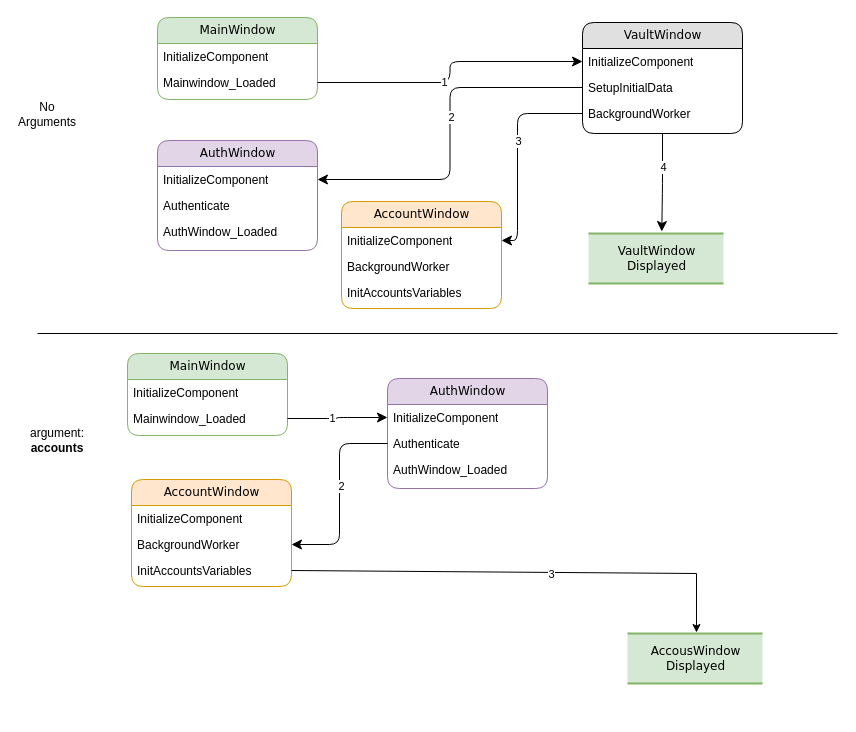
Above: Vault.drawio in naz-hage/repo1 (draw.io), before the change. Source tidied: cells renumbered, new cells numbered last; positions are measured from the earlier drawing's top-left corner, leaving out a move shared by most shapes. Both pictures are drawn from the tidied source at 100%, with x=0, y=0 at pixel (17, 17).
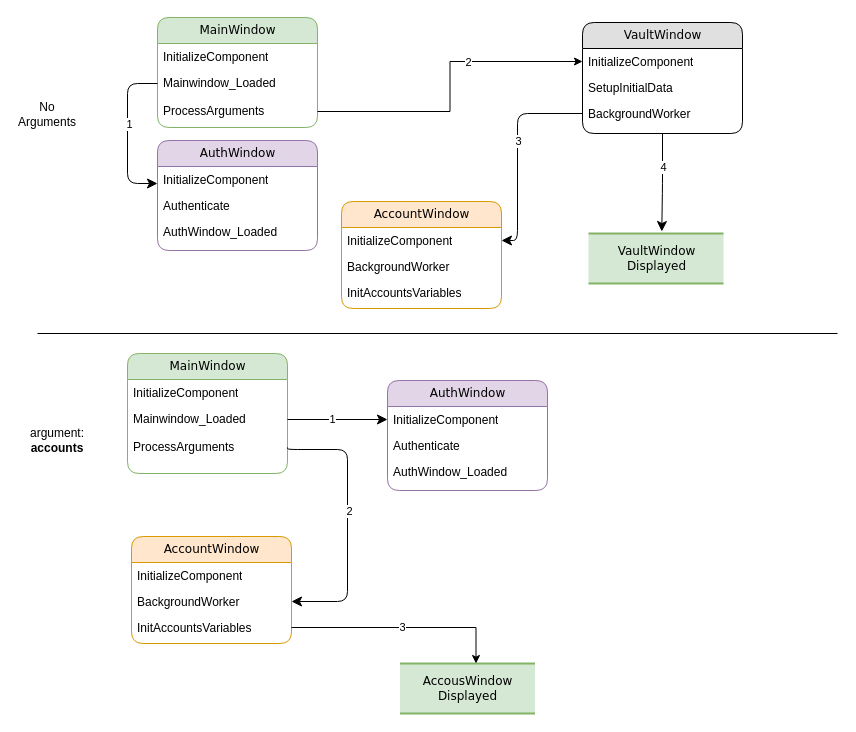
The same diagram, later.

The change refers to these unchanged cells:
```xml
<mxCell id="6" value="InitializeComponent" style="text;html=1;strokeColor=none;fillColor=none;spacingLeft=4;spacingRight=4;whiteSpace=wrap;overflow=hidden;points=[[0,0.5],[1,0.5]];portConstraint=eastwest;" parent="5" vertex="1">
  <mxGeometry y="26" width="160" height="26" as="geometry" />
</mxCell>
<mxCell id="7" value="SetupInitialData" style="text;html=1;strokeColor=none;fillColor=none;spacingLeft=4;spacingRight=4;whiteSpace=wrap;overflow=hidden;points=[[0,0.5],[1,0.5]];portConstraint=eastwest;" parent="5" vertex="1">
  <mxGeometry y="52" width="160" height="26" as="geometry" />
</mxCell>
<mxCell id="10" value="InitializeComponent" style="text;html=1;strokeColor=none;fillColor=none;spacingLeft=4;spacingRight=4;whiteSpace=wrap;overflow=hidden;points=[[0,0.5],[1,0.5]];portConstraint=eastwest;" parent="9" vertex="1">
  <mxGeometry y="26" width="160" height="26" as="geometry" />
</mxCell>
<mxCell id="32" value="Authenticate" style="text;html=1;strokeColor=none;fillColor=none;spacingLeft=4;spacingRight=4;whiteSpace=wrap;overflow=hidden;points=[[0,0.5],[1,0.5]];portConstraint=eastwest;" parent="30" vertex="1">
  <mxGeometry y="52" width="160" height="26" as="geometry" />
</mxCell>
<mxCell id="36" value="BackgroundWorker" style="text;html=1;strokeColor=none;fillColor=none;spacingLeft=4;spacingRight=4;whiteSpace=wrap;overflow=hidden;points=[[0,0.5],[1,0.5]];portConstraint=eastwest;" parent="34" vertex="1">
  <mxGeometry y="52" width="160" height="26" as="geometry" />
</mxCell>
<mxCell id="37" value="InitAccountsVariables" style="text;html=1;strokeColor=none;fillColor=none;spacingLeft=4;spacingRight=4;whiteSpace=wrap;overflow=hidden;points=[[0,0.5],[1,0.5]];portConstraint=eastwest;" parent="34" vertex="1">
  <mxGeometry y="78" width="160" height="26" as="geometry" />
</mxCell>
```

What changed in the source:
```diff
@@
     <mxCell id="2" value="MainWindow" style="swimlane;html=1;fontStyle=0;horizontal=1;startSize=26;fillColor=#d5e8d4;swimlaneFillColor=#ffffff;align=center;rounded=1;shadow=0;comic=0;labelBackgroundColor=none;strokeWidth=1;fontFamily=Verdana;fontSize=12;strokeColor=#82b366;" parent="1" vertex="1">
-      <mxGeometry x="140" width="160" height="82" as="geometry" />
+      <mxGeometry x="140" width="160" height="110" as="geometry" />
     </mxCell>
@@
     <mxCell id="4" value="Mainwindow_Loaded" style="text;html=1;strokeColor=none;fillColor=none;spacingLeft=4;spacingRight=4;whiteSpace=wrap;overflow=hidden;points=[[0,0.5],[1,0.5]];portConstraint=eastwest;" parent="2" vertex="1">
-      <mxGeometry y="52" width="160" height="26" as="geometry" />
+      <mxGeometry y="52" width="160" height="28" as="geometry" />
     </mxCell>
+    <mxCell id="47" value="ProcessArguments" style="text;html=1;strokeColor=none;fillColor=none;spacingLeft=4;spacingRight=4;whiteSpace=wrap;overflow=hidden;points=[[0,0.5],[1,0.5]];portConstraint=eastwest;" parent="2" vertex="1">
+      <mxGeometry y="80" width="160" height="28" as="geometry" />
+    </mxCell>
@@
-    <mxCell id="17" style="edgeStyle=orthogonalEdgeStyle;html=1;entryX=0;entryY=0.5;labelBackgroundColor=none;startFill=0;startSize=8;endFill=1;endSize=8;fontFamily=Verdana;fontSize=12;exitX=1;exitY=0.5;entryDx=0;entryDy=0;" parent="1" edge="1" source="4" target="6">
-      <mxGeometry relative="1" as="geometry" />
+    <mxCell id="17" style="edgeStyle=orthogonalEdgeStyle;html=1;labelBackgroundColor=none;startFill=0;startSize=8;endFill=1;endSize=8;fontFamily=Verdana;fontSize=12;exitX=0;exitY=0.5;exitDx=0;exitDy=0;" parent="1" edge="1" source="4" target="10">
+      <mxGeometry relative="1" as="geometry">
+        <Array as="points">
+          <mxPoint x="110" y="66" />
+          <mxPoint x="110" y="166" />
+        </Array>
+      </mxGeometry>
     </mxCell>
@@
-    <mxCell id="21" style="edgeStyle=orthogonalEdgeStyle;html=1;exitX=0;exitY=0.5;labelBackgroundColor=none;startFill=0;startSize=8;endFill=1;endSize=8;fontFamily=Verdana;fontSize=12;entryX=1;entryY=0.5;entryDx=0;entryDy=0;exitDx=0;exitDy=0;" parent="1" edge="1" source="7" target="10">
-      <mxGeometry relative="1" as="geometry" />
-    </mxCell>
-    <mxCell id="22" value="2" style="edgeLabel;html=1;align=center;verticalAlign=middle;" parent="21" vertex="1">
-      <mxGeometry x="-0.09" y="1" relative="1" as="geometry" />
-    </mxCell>
@@
     <mxCell id="27" value="MainWindow" style="swimlane;html=1;fontStyle=0;horizontal=1;startSize=26;fillColor=#d5e8d4;swimlaneFillColor=#ffffff;align=center;rounded=1;shadow=0;comic=0;labelBackgroundColor=none;strokeWidth=1;fontFamily=Verdana;fontSize=12;strokeColor=#82b366;" parent="1" vertex="1">
-      <mxGeometry x="110" y="336" width="160" height="82" as="geometry" />
+      <mxGeometry x="110" y="336" width="160" height="120" as="geometry" />
     </mxCell>
@@
     <mxCell id="29" value="Mainwindow_Loaded" style="text;html=1;strokeColor=none;fillColor=none;spacingLeft=4;spacingRight=4;whiteSpace=wrap;overflow=hidden;points=[[0,0.5],[1,0.5]];portConstraint=eastwest;" parent="27" vertex="1">
-      <mxGeometry y="52" width="160" height="26" as="geometry" />
+      <mxGeometry y="52" width="160" height="28" as="geometry" />
     </mxCell>
+    <mxCell id="48" value="ProcessArguments" style="text;html=1;strokeColor=none;fillColor=none;spacingLeft=4;spacingRight=4;whiteSpace=wrap;overflow=hidden;points=[[0,0.5],[1,0.5]];portConstraint=eastwest;" parent="27" vertex="1">
+      <mxGeometry y="80" width="160" height="28" as="geometry" />
+    </mxCell>
     <mxCell id="30" value="AuthWindow" style="swimlane;html=1;fontStyle=0;horizontal=1;startSize=26;fillColor=#e1d5e7;swimlaneFillColor=#ffffff;align=center;rounded=1;shadow=0;comic=0;labelBackgroundColor=none;strokeWidth=1;fontFamily=Verdana;fontSize=12;strokeColor=#9673a6;" parent="1" vertex="1">
-      <mxGeometry x="370" y="361" width="160" height="110" as="geometry" />
+      <mxGeometry x="370" y="363" width="160" height="110" as="geometry" />
     </mxCell>
@@
     <mxCell id="34" value="AccountWindow" style="swimlane;html=1;fontStyle=0;horizontal=1;startSize=26;fillColor=#ffe6cc;swimlaneFillColor=#ffffff;align=center;rounded=1;shadow=0;comic=0;labelBackgroundColor=none;strokeWidth=1;fontFamily=Verdana;fontSize=12;strokeColor=#d79b00;" parent="1" vertex="1">
-      <mxGeometry x="114" y="462" width="160" height="107" as="geometry" />
+      <mxGeometry x="114" y="519" width="160" height="107" as="geometry" />
     </mxCell>
@@
     <mxCell id="38" value="AccousWindow &lt;br&gt;Displayed" style="html=1;rounded=0;shadow=0;comic=0;labelBackgroundColor=none;strokeWidth=2;fontFamily=Verdana;fontSize=12;align=center;shape=mxgraph.ios7ui.horLines;fillColor=#d5e8d4;strokeColor=#82b366;" parent="1" vertex="1">
-      <mxGeometry x="610" y="616" width="135" height="50" as="geometry" />
+      <mxGeometry x="382.5" y="646" width="135" height="50" as="geometry" />
     </mxCell>
@@
-    <mxCell id="42" style="edgeStyle=orthogonalEdgeStyle;html=1;exitX=0;exitY=0.5;labelBackgroundColor=none;startFill=0;startSize=8;endFill=1;endSize=8;fontFamily=Verdana;fontSize=12;entryX=1;entryY=0.5;entryDx=0;entryDy=0;exitDx=0;exitDy=0;" parent="1" edge="1" source="32" target="36">
-      <mxGeometry relative="1" as="geometry" />
+    <mxCell id="42" style="edgeStyle=orthogonalEdgeStyle;html=1;exitX=1;exitY=0.5;labelBackgroundColor=none;startFill=0;startSize=8;endFill=1;endSize=8;fontFamily=Verdana;fontSize=12;entryX=1;entryY=0.5;entryDx=0;entryDy=0;exitDx=0;exitDy=0;" parent="1" edge="1" source="48" target="36">
+      <mxGeometry relative="1" as="geometry">
+        <Array as="points">
+          <mxPoint x="270" y="432" />
+          <mxPoint x="330" y="432" />
+          <mxPoint x="330" y="584" />
+        </Array>
+      </mxGeometry>
     </mxCell>
@@
+    <mxCell id="49" style="edgeStyle=orthogonalEdgeStyle;rounded=0;jettySize=auto;html=1;exitX=1;exitY=0.5;exitDx=0;exitDy=0;entryX=0;entryY=0.5;entryDx=0;entryDy=0;" parent="1" edge="1" source="47" target="6">
+      <mxGeometry relative="1" as="geometry" />
+    </mxCell>
+    <mxCell id="22" value="2" style="edgeLabel;html=1;align=center;verticalAlign=middle;" parent="49" vertex="1">
+      <mxGeometry x="0.27" relative="1" as="geometry" />
+    </mxCell>
-    <mxCell id="45" style="endArrow=classic;html=1;rounded=0;exitX=1;exitY=0.5;exitDx=0;exitDy=0;entryX=0.511;entryY=-0.02;entryDx=0;entryDy=0;entryPerimeter=0;" parent="1" edge="1" source="37" target="38">
-      <mxGeometry relative="1" as="geometry">
-        <Array as="points">
-          <mxPoint x="679" y="556" />
-        </Array>
-      </mxGeometry>
+    <mxCell id="45" style="edgeStyle=orthogonalEdgeStyle;rounded=0;jettySize=auto;html=1;exitX=1;exitY=0.5;exitDx=0;exitDy=0;entryX=0.563;entryY=0;entryDx=0;entryDy=0;entryPerimeter=0;" parent="1" edge="1" source="37" target="38">
+      <mxGeometry relative="1" as="geometry" />
     </mxCell>
     <mxCell id="46" value="3" style="edgeLabel;html=1;align=center;verticalAlign=middle;" parent="45" vertex="1">
-      <mxGeometry x="0.12" y="-2" relative="1" as="geometry" />
+      <mxGeometry y="1" relative="1" as="geometry" />
     </mxCell>
```
